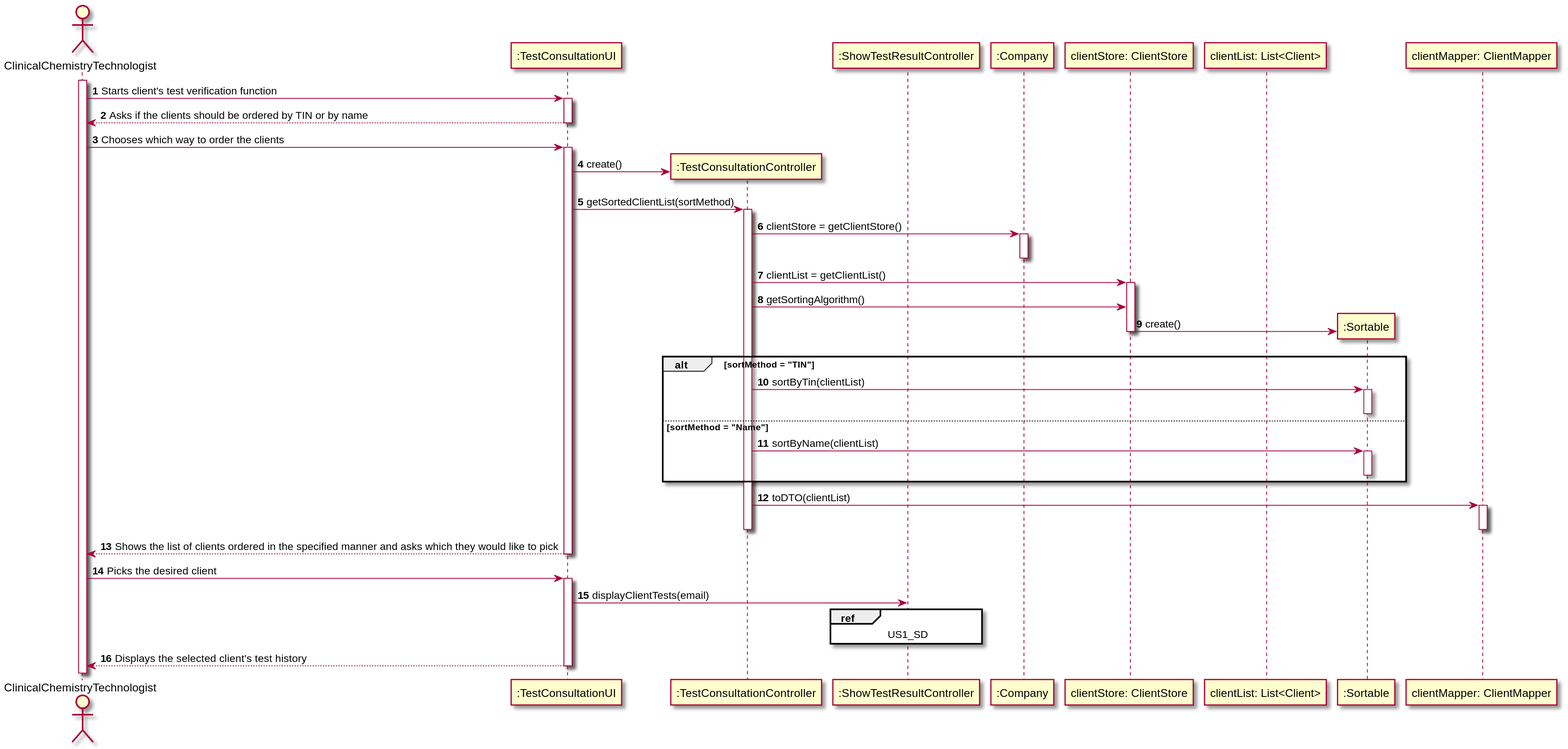
This is docs/SprintD/US13/US13_SD.svg from MadDinosaur/ISEP-LAPR2, a PlantUML export, as it was before one commit.
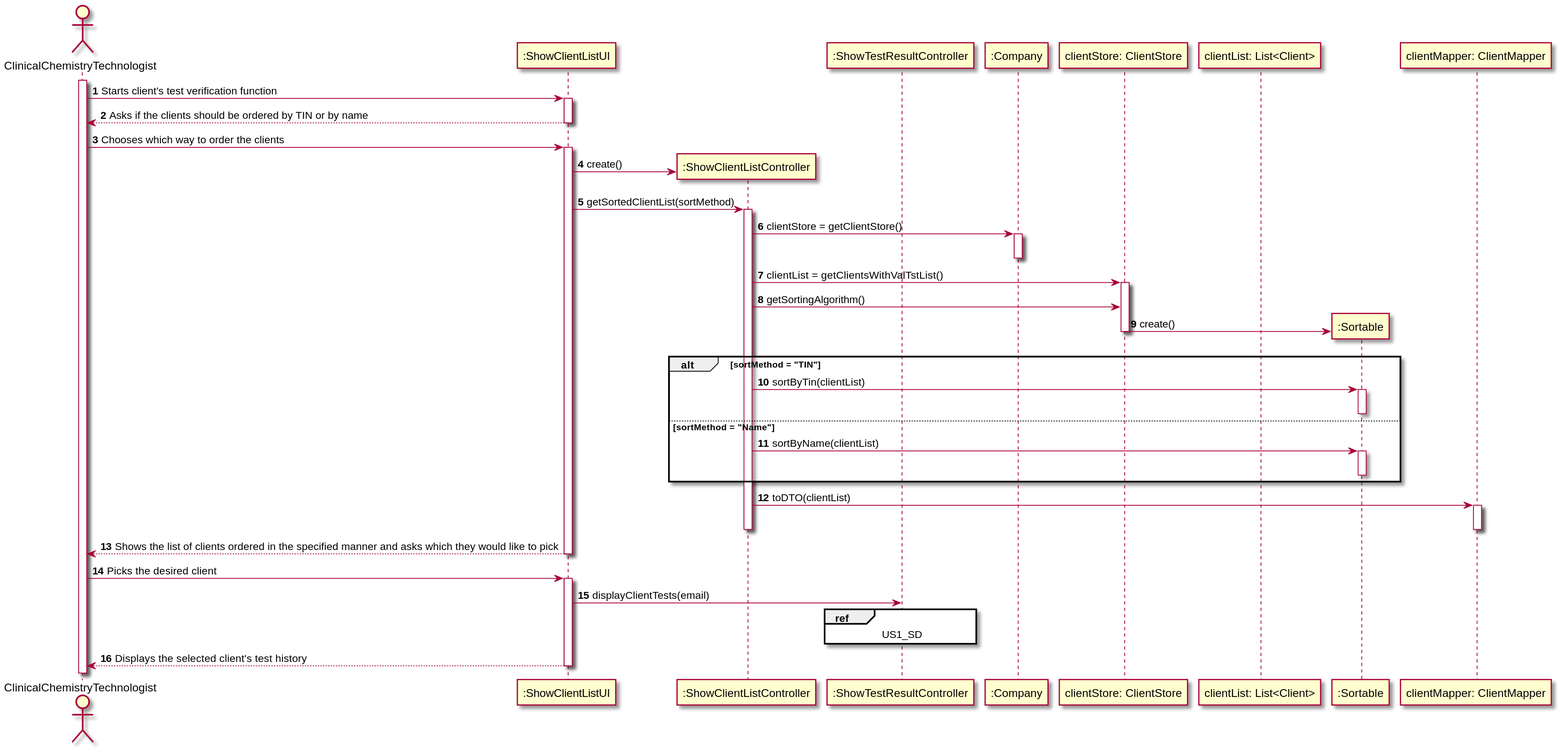
Later version of the same file.

The edit, as a diff of the source:
```diff
@@ -3,8 +3,8 @@
 autonumber
 
 actor ClinicalChemistryTechnologist as CCT
-participant ":TestConsultationUI" as UI
-participant ":TestConsultationController" as CTRL
+participant ":ShowClientListUI" as UI
+participant ":ShowClientListController" as CTRL
 participant ":ShowTestResultController" as TCTRL
 participant ":Company" as CMP
 participant "clientStore: ClientStore" as CLTSTR
@@ -30,7 +30,7 @@
 activate CMP
 deactivate CMP
 
-CTRL -> CLTSTR: clientList = getClientList()
+CTRL -> CLTSTR: clientList = getClientsWithValTstList()
 activate CLTSTR
 
 CTRL -> CLTSTR: getSortingAlgorithm()
```
